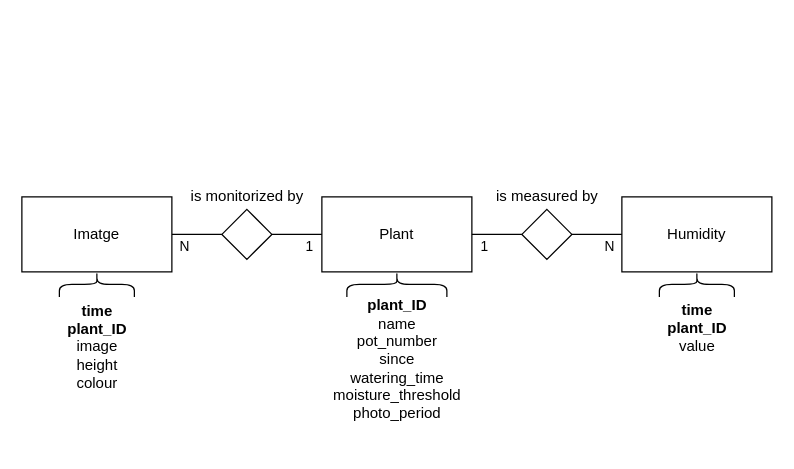
Earlier version of the draw.io diagram Diagrams/DB_ModelConceptual_v2.drawio (gerardPlanella/WeePlant). Source tidied: cells renumbered, new cells numbered last; positions are measured from the earlier drawing's top-left corner, leaving out a move shared by most shapes. Both pictures are drawn from the tidied source at 125%, with x=0, y=0 at pixel (21, 184).
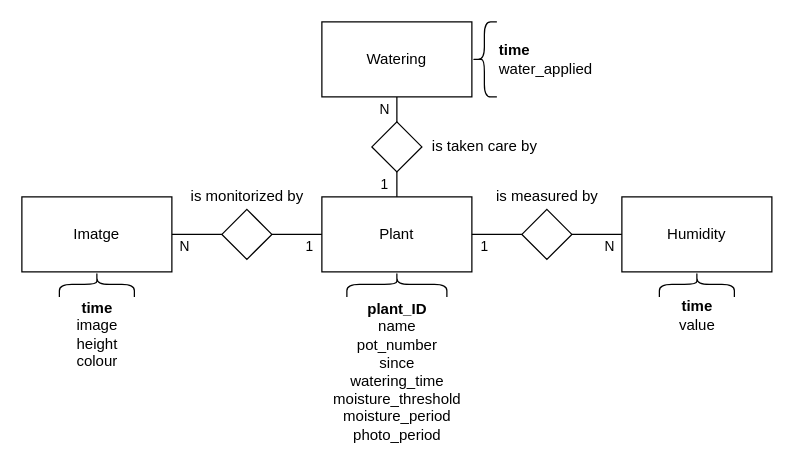
The same diagram, later.

Unchanged cells that the change refers to:
```xml
<mxCell id="3" value="Plant" style="rounded=0;whiteSpace=wrap;html=1;" parent="1" vertex="1">
  <mxGeometry x="240" y="10" width="120" height="60" as="geometry" />
</mxCell>
```

Change to the diagram source:
```diff
@@
+    <mxCell id="19" value="1" style="edgeStyle=orthogonalEdgeStyle;rounded=0;jettySize=auto;html=1;exitX=0.5;exitY=0;exitDx=0;exitDy=0;entryX=0.5;entryY=1;entryDx=0;entryDy=0;endArrow=none;endFill=0;" parent="1" edge="1" source="3" target="22">
+      <mxGeometry y="10" relative="1" as="geometry" />
+    </mxCell>
@@
-    <mxCell id="14" value="&lt;b&gt;time&lt;br&gt;plant_ID&lt;/b&gt;&lt;br&gt;image&lt;br&gt;height&lt;br&gt;colour" style="text;html=1;align=center;verticalAlign=middle;" parent="1" vertex="1">
-      <mxGeometry x="30" y="90" width="60" height="80" as="geometry" />
+    <mxCell id="14" value="&lt;b&gt;time&lt;/b&gt;&lt;br&gt;image&lt;br&gt;height&lt;br&gt;colour" style="text;html=1;align=center;verticalAlign=middle;" parent="1" vertex="1">
+      <mxGeometry x="35" y="90" width="50" height="60" as="geometry" />
     </mxCell>
@@
-    <mxCell id="16" value="&lt;b&gt;plant_ID&lt;/b&gt;&lt;br&gt;name&lt;br&gt;pot_number&lt;br&gt;since&lt;br&gt;watering_time&lt;br&gt;moisture_threshold&lt;br&gt;photo_period" style="text;html=1;align=center;verticalAlign=middle;" parent="1" vertex="1">
-      <mxGeometry x="240" y="90" width="120" height="100" as="geometry" />
+    <mxCell id="16" value="&lt;b&gt;plant_ID&lt;/b&gt;&lt;br&gt;name&lt;br&gt;pot_number&lt;br&gt;since&lt;br&gt;watering_time&lt;br&gt;moisture_threshold&lt;br&gt;moisture_period&lt;br&gt;photo_period" style="text;html=1;align=center;verticalAlign=middle;" parent="1" vertex="1">
+      <mxGeometry x="240" y="90" width="120" height="120" as="geometry" />
     </mxCell>
@@
-    <mxCell id="18" value="&lt;b&gt;time&lt;/b&gt;&lt;br&gt;&lt;b&gt;plant_ID&lt;/b&gt;&lt;br&gt;value" style="text;html=1;align=center;verticalAlign=middle;" parent="1" vertex="1">
-      <mxGeometry x="510" y="90" width="60" height="50" as="geometry" />
+    <mxCell id="18" value="&lt;b&gt;time&lt;/b&gt;&lt;br&gt;value" style="text;html=1;align=center;verticalAlign=middle;" parent="1" vertex="1">
+      <mxGeometry x="520" y="90" width="40" height="30" as="geometry" />
     </mxCell>
+    <mxCell id="20" value="Watering" style="rounded=0;whiteSpace=wrap;html=1;" parent="1" vertex="1">
+      <mxGeometry x="240" y="-130" width="120" height="60" as="geometry" />
+    </mxCell>
+    <mxCell id="21" value="N" style="edgeStyle=orthogonalEdgeStyle;rounded=0;jettySize=auto;html=1;exitX=0.5;exitY=0;exitDx=0;exitDy=0;entryX=0.5;entryY=1;entryDx=0;entryDy=0;endArrow=none;endFill=0;" parent="1" edge="1" source="22" target="20">
+      <mxGeometry y="10" relative="1" as="geometry" />
+    </mxCell>
+    <mxCell id="22" style="rhombus;whiteSpace=wrap;html=1;" parent="1" vertex="1">
+      <mxGeometry x="280" y="-50" width="40" height="40" as="geometry" />
+    </mxCell>
+    <mxCell id="23" style="shape=curlyBracket;whiteSpace=wrap;html=1;rounded=1;rotation=0;" parent="1" vertex="1">
+      <mxGeometry x="360" y="-130" width="20" height="60" as="geometry" />
+    </mxCell>
+    <mxCell id="24" value="&lt;b&gt;time&lt;/b&gt;&lt;br&gt;water_applied" style="text;html=1;align=left;verticalAlign=middle;" parent="1" vertex="1">
+      <mxGeometry x="380" y="-115" width="90" height="30" as="geometry" />
+    </mxCell>
+    <mxCell id="25" value="is taken care by" style="text;html=1;align=center;verticalAlign=top;spacingTop=-4;" parent="1" vertex="1">
+      <mxGeometry x="320" y="-40" width="100" height="20" as="geometry" />
+    </mxCell>
```
